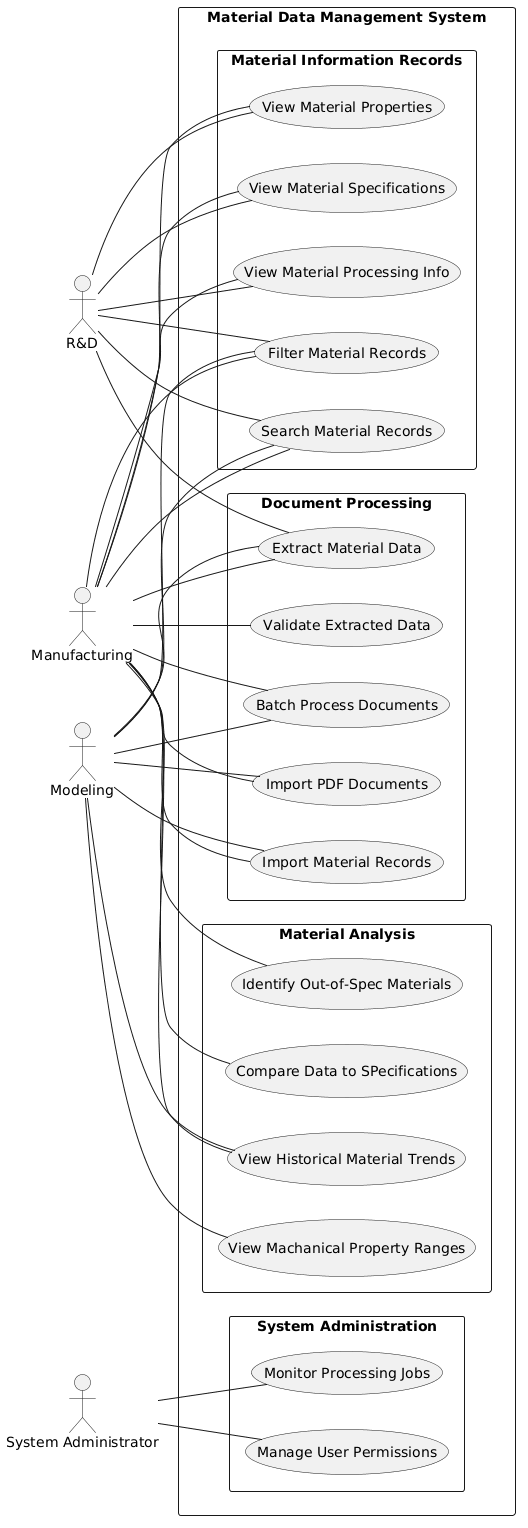
The PlantUML diagram docs/design/use-case.png in CPSC490-Team-Proj/CPSC490-G07-MightyMorphin, before a commit.
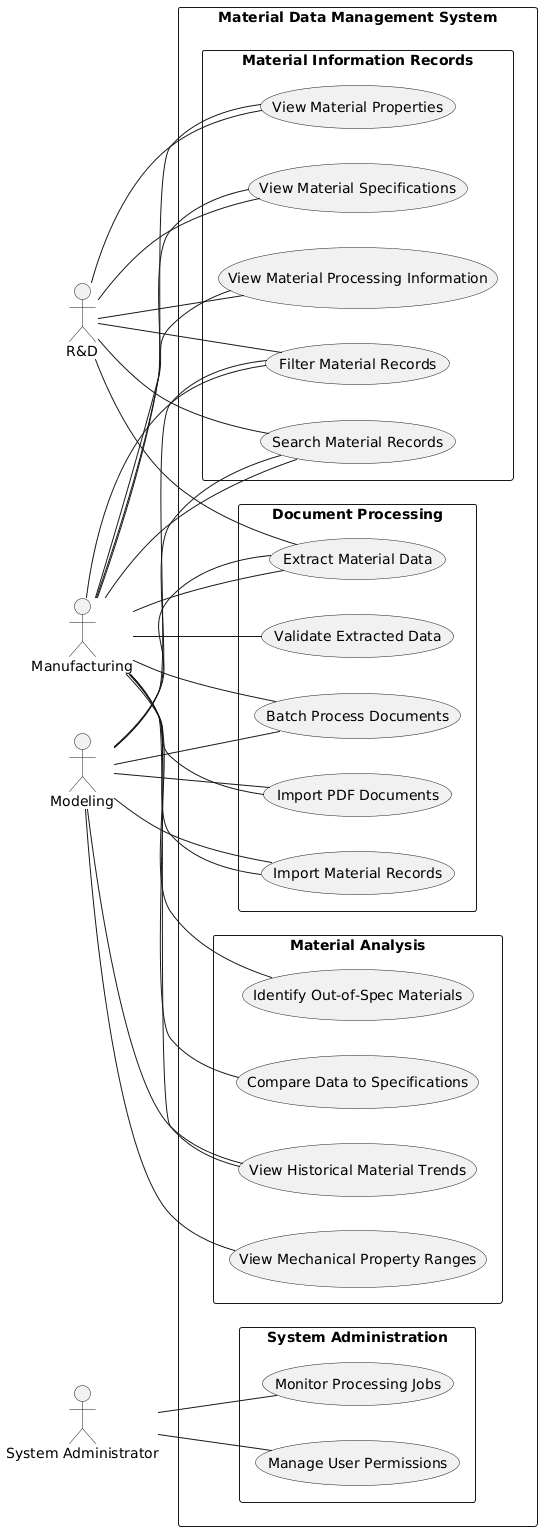
The same file after the commit.

The edit, as a diff of the source:
```diff
@@ -10,9 +10,8 @@
 actor "Modeling" as mdl
 actor "System Administrator" as sysad
 
-
 rectangle "Material Data Management System" {
-  package "Document Processing"{
+  package "Document Processing" {
     usecase "Import PDF Documents" as UC1
     usecase "Batch Process Documents" as UC2
     usecase "Extract Material Data" as UC3
@@ -25,22 +24,20 @@
     usecase "Filter Material Records" as UC7
     usecase "View Material Specifications" as UC8
     usecase "View Material Properties" as UC9
-    usecase "View Material Processing Info" as UC10
+    usecase "View Material Processing Information" as UC10
   }
 
   package "Material Analysis" {
-    usecase "Compare Data to SPecifications" as UC11
+    usecase "Compare Data to Specifications" as UC11
     usecase "View Historical Material Trends" as UC12
     usecase "Identify Out-of-Spec Materials" as UC13
-    usecase "View Machanical Property Ranges" as UC14
+    usecase "View Mechanical Property Ranges" as UC14
   }
 
   package "System Administration" {
     usecase "Manage User Permissions" as UC15
     usecase "Monitor Processing Jobs" as UC16
   }
-
-
 }
 
 rd -- UC3
```
